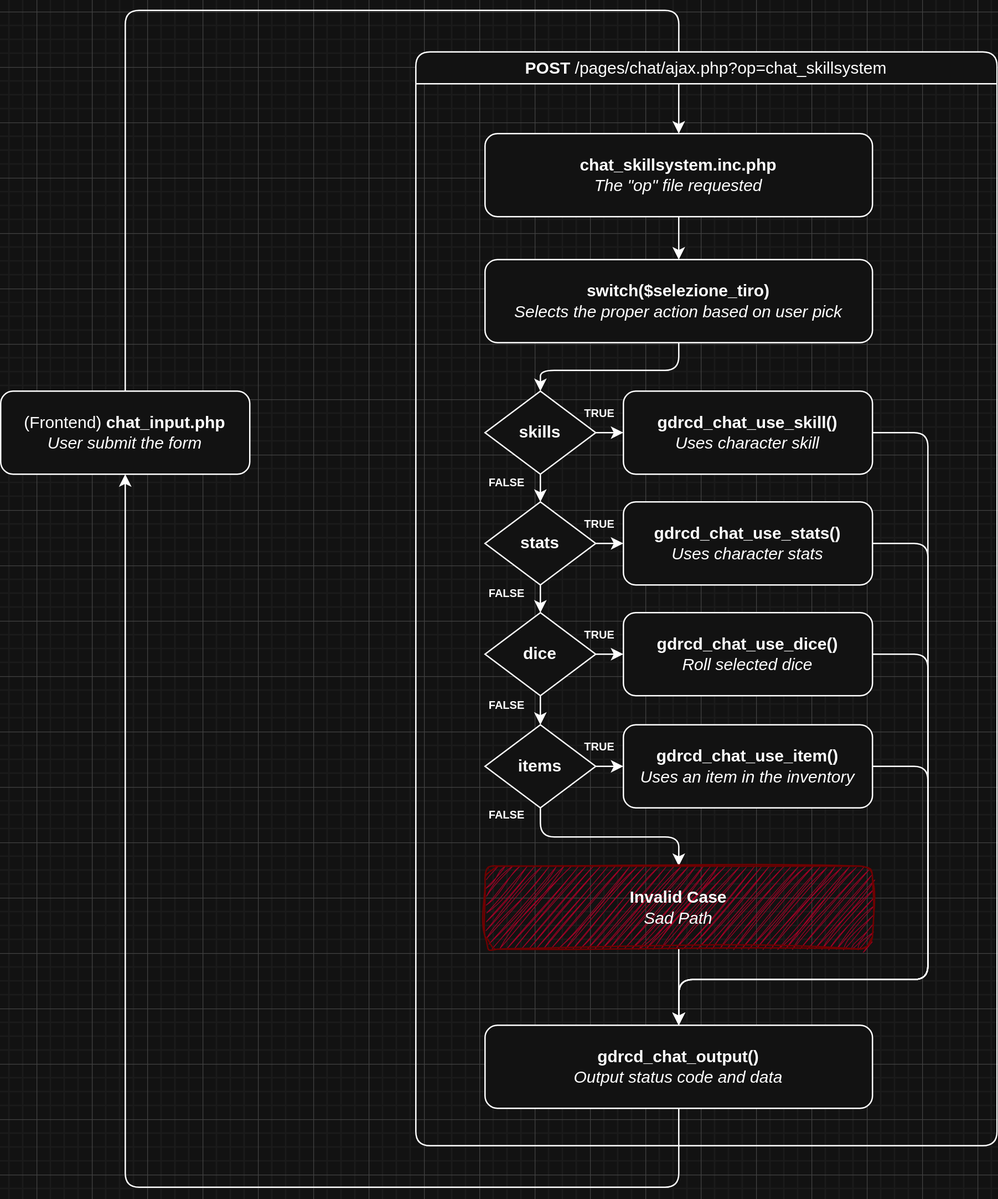
Above: chat/chat_skillsystem.png in GDRCD/wiki (draw.io), before the change. Source tidied: cells renumbered, new cells last; positions are measured from the earlier drawing's top-left corner, leaving out a move shared by most shapes. Source of this version:
```xml
<mxGraphModel>
  <root>
    <mxCell id="0" />
    <mxCell id="1" parent="0" />
    <mxCell id="2" style="edgeStyle=orthogonalEdgeStyle;rounded=1;jettySize=auto;html=1;exitX=0.5;exitY=0;exitDx=0;exitDy=0;entryX=0.5;entryY=0;entryDx=0;entryDy=0;flowAnimation=0;curved=0;" parent="1" edge="1" source="3" target="6">
      <mxGeometry relative="1" as="geometry">
        <Array as="points">
          <mxPoint x="90" />
          <mxPoint x="490" />
        </Array>
      </mxGeometry>
    </mxCell>
    <mxCell id="3" value="(Frontend) &lt;b&gt;chat_input.php&lt;/b&gt;&lt;div&gt;&lt;i&gt;User submit the form&lt;/i&gt;&lt;/div&gt;" style="rounded=1;whiteSpace=wrap;html=1;shadow=0;labelBackgroundColor=none;" parent="1" vertex="1">
      <mxGeometry y="275" width="180" height="60" as="geometry" />
    </mxCell>
    <mxCell id="4" value="POST&amp;nbsp;&lt;span style=&quot;font-weight: 400;&quot;&gt;/pages/chat/ajax.php?op=chat_skillsystem&lt;/span&gt;" style="swimlane;whiteSpace=wrap;html=1;rounded=1;" parent="1" vertex="1">
      <mxGeometry x="300" y="30" width="420" height="790" as="geometry" />
    </mxCell>
    <mxCell id="5" style="edgeStyle=orthogonalEdgeStyle;rounded=1;jettySize=auto;html=1;exitX=0.5;exitY=1;exitDx=0;exitDy=0;entryX=0.5;entryY=0;entryDx=0;entryDy=0;curved=0;" parent="4" edge="1" source="6" target="9">
      <mxGeometry relative="1" as="geometry" />
    </mxCell>
    <mxCell id="6" value="&lt;b&gt;chat_skillsystem.inc.php&lt;/b&gt;&lt;div&gt;&lt;i&gt;The &quot;op&quot; file requested&lt;/i&gt;&lt;b&gt;&lt;/b&gt;&lt;/div&gt;" style="rounded=1;whiteSpace=wrap;html=1;shadow=0;labelBackgroundColor=none;" parent="4" vertex="1">
      <mxGeometry x="50" y="59" width="280" height="60" as="geometry" />
    </mxCell>
    <mxCell id="7" value="&lt;b&gt;gdrcd_chat_output()&lt;/b&gt;&lt;div&gt;&lt;i style=&quot;&quot;&gt;Output status code and data&lt;/i&gt;&lt;/div&gt;" style="rounded=1;whiteSpace=wrap;html=1;shadow=0;labelBackgroundColor=none;" parent="4" vertex="1">
      <mxGeometry x="50" y="703" width="280" height="60" as="geometry" />
    </mxCell>
    <mxCell id="8" style="edgeStyle=orthogonalEdgeStyle;rounded=1;jettySize=auto;html=1;exitX=0.5;exitY=1;exitDx=0;exitDy=0;entryX=0.5;entryY=0;entryDx=0;entryDy=0;curved=0;" parent="4" edge="1" source="9" target="12">
      <mxGeometry relative="1" as="geometry" />
    </mxCell>
    <mxCell id="9" value="&lt;b&gt;switch($selezione_tiro)&lt;/b&gt;&lt;div&gt;&lt;i&gt;Selects the proper action based on user pick&lt;/i&gt;&lt;/div&gt;" style="rounded=1;whiteSpace=wrap;html=1;shadow=0;labelBackgroundColor=none;" parent="4" vertex="1">
      <mxGeometry x="50" y="150" width="280" height="60" as="geometry" />
    </mxCell>
    <mxCell id="10" style="edgeStyle=orthogonalEdgeStyle;rounded=0;jettySize=auto;html=1;exitX=1;exitY=0.5;exitDx=0;exitDy=0;entryX=0;entryY=0.5;entryDx=0;entryDy=0;" parent="4" edge="1" source="12" target="14">
      <mxGeometry relative="1" as="geometry" />
    </mxCell>
    <mxCell id="11" style="edgeStyle=orthogonalEdgeStyle;rounded=0;jettySize=auto;html=1;exitX=0.5;exitY=1;exitDx=0;exitDy=0;entryX=0.5;entryY=0;entryDx=0;entryDy=0;" parent="4" edge="1" source="12" target="19">
      <mxGeometry relative="1" as="geometry" />
    </mxCell>
    <mxCell id="12" value="&lt;b&gt;skills&lt;/b&gt;" style="rhombus;whiteSpace=wrap;html=1;" parent="4" vertex="1">
      <mxGeometry x="50" y="245" width="80" height="60" as="geometry" />
    </mxCell>
    <mxCell id="13" style="edgeStyle=orthogonalEdgeStyle;rounded=1;jettySize=auto;html=1;exitX=1;exitY=0.5;exitDx=0;exitDy=0;entryX=0.5;entryY=0;entryDx=0;entryDy=0;curved=0;" parent="4" edge="1" source="14" target="7">
      <mxGeometry relative="1" as="geometry">
        <Array as="points">
          <mxPoint x="370" y="275" />
          <mxPoint x="370" y="670" />
          <mxPoint x="190" y="670" />
        </Array>
      </mxGeometry>
    </mxCell>
    <mxCell id="14" value="&lt;div&gt;&lt;b&gt;gdrcd_chat_use_skill()&lt;/b&gt;&lt;/div&gt;&lt;div&gt;&lt;i&gt;Uses character skill&lt;/i&gt;&lt;/div&gt;" style="rounded=1;whiteSpace=wrap;html=1;shadow=0;labelBackgroundColor=none;" parent="4" vertex="1">
      <mxGeometry x="150" y="245" width="180" height="60" as="geometry" />
    </mxCell>
    <mxCell id="15" style="edgeStyle=orthogonalEdgeStyle;rounded=1;jettySize=auto;html=1;exitX=1;exitY=0.5;exitDx=0;exitDy=0;entryX=0.5;entryY=0;entryDx=0;entryDy=0;curved=0;" parent="4" edge="1" source="16" target="7">
      <mxGeometry relative="1" as="geometry">
        <Array as="points">
          <mxPoint x="370" y="355" />
          <mxPoint x="370" y="670" />
          <mxPoint x="190" y="670" />
        </Array>
      </mxGeometry>
    </mxCell>
    <mxCell id="16" value="&lt;div&gt;&lt;b&gt;gdrcd_chat_use_stats()&lt;/b&gt;&lt;/div&gt;&lt;div&gt;&lt;i&gt;Uses character stats&lt;/i&gt;&lt;/div&gt;" style="rounded=1;whiteSpace=wrap;html=1;shadow=0;labelBackgroundColor=none;" parent="4" vertex="1">
      <mxGeometry x="150" y="325" width="180" height="60" as="geometry" />
    </mxCell>
    <mxCell id="17" style="edgeStyle=orthogonalEdgeStyle;rounded=0;jettySize=auto;html=1;exitX=1;exitY=0.5;exitDx=0;exitDy=0;entryX=0;entryY=0.5;entryDx=0;entryDy=0;" parent="4" edge="1" source="19" target="16">
      <mxGeometry relative="1" as="geometry" />
    </mxCell>
    <mxCell id="18" style="edgeStyle=orthogonalEdgeStyle;rounded=0;jettySize=auto;html=1;exitX=0.5;exitY=1;exitDx=0;exitDy=0;entryX=0.5;entryY=0;entryDx=0;entryDy=0;" parent="4" edge="1" source="19" target="24">
      <mxGeometry relative="1" as="geometry" />
    </mxCell>
    <mxCell id="19" value="&lt;b&gt;stats&lt;/b&gt;" style="rhombus;whiteSpace=wrap;html=1;" parent="4" vertex="1">
      <mxGeometry x="50" y="325" width="80" height="60" as="geometry" />
    </mxCell>
    <mxCell id="20" style="edgeStyle=orthogonalEdgeStyle;rounded=1;jettySize=auto;html=1;exitX=1;exitY=0.5;exitDx=0;exitDy=0;entryX=0.5;entryY=0;entryDx=0;entryDy=0;curved=0;" parent="4" edge="1" source="21" target="7">
      <mxGeometry relative="1" as="geometry">
        <Array as="points">
          <mxPoint x="370" y="435" />
          <mxPoint x="370" y="670" />
          <mxPoint x="190" y="670" />
        </Array>
      </mxGeometry>
    </mxCell>
    <mxCell id="21" value="&lt;div&gt;&lt;b&gt;gdrcd_chat_use_dice()&lt;/b&gt;&lt;/div&gt;&lt;div&gt;&lt;i&gt;Roll selected dice&lt;/i&gt;&lt;b&gt;&lt;/b&gt;&lt;/div&gt;" style="rounded=1;whiteSpace=wrap;html=1;shadow=0;labelBackgroundColor=none;" parent="4" vertex="1">
      <mxGeometry x="150" y="405" width="180" height="60" as="geometry" />
    </mxCell>
    <mxCell id="22" style="edgeStyle=orthogonalEdgeStyle;rounded=0;jettySize=auto;html=1;exitX=1;exitY=0.5;exitDx=0;exitDy=0;entryX=0;entryY=0.5;entryDx=0;entryDy=0;" parent="4" edge="1" source="24" target="21">
      <mxGeometry relative="1" as="geometry" />
    </mxCell>
    <mxCell id="23" style="edgeStyle=orthogonalEdgeStyle;rounded=0;jettySize=auto;html=1;exitX=0.5;exitY=1;exitDx=0;exitDy=0;entryX=0.5;entryY=0;entryDx=0;entryDy=0;" parent="4" edge="1" source="24" target="29">
      <mxGeometry relative="1" as="geometry" />
    </mxCell>
    <mxCell id="24" value="&lt;b&gt;dice&lt;/b&gt;" style="rhombus;whiteSpace=wrap;html=1;" parent="4" vertex="1">
      <mxGeometry x="50" y="405" width="80" height="60" as="geometry" />
    </mxCell>
    <mxCell id="25" style="edgeStyle=orthogonalEdgeStyle;rounded=1;jettySize=auto;html=1;exitX=1;exitY=0.5;exitDx=0;exitDy=0;entryX=0.5;entryY=0;entryDx=0;entryDy=0;curved=0;" parent="4" edge="1" source="26" target="7">
      <mxGeometry relative="1" as="geometry">
        <Array as="points">
          <mxPoint x="370" y="516" />
          <mxPoint x="370" y="670" />
          <mxPoint x="190" y="670" />
        </Array>
      </mxGeometry>
    </mxCell>
    <mxCell id="26" value="&lt;div&gt;&lt;b&gt;gdrcd_chat_use_item()&lt;/b&gt;&lt;/div&gt;&lt;div&gt;&lt;i&gt;Uses an item in the inventory&lt;/i&gt;&lt;/div&gt;" style="rounded=1;whiteSpace=wrap;html=1;shadow=0;labelBackgroundColor=none;" parent="4" vertex="1">
      <mxGeometry x="150" y="486" width="180" height="60" as="geometry" />
    </mxCell>
    <mxCell id="27" style="edgeStyle=orthogonalEdgeStyle;rounded=0;jettySize=auto;html=1;exitX=1;exitY=0.5;exitDx=0;exitDy=0;entryX=0;entryY=0.5;entryDx=0;entryDy=0;" parent="4" edge="1" source="29" target="26">
      <mxGeometry relative="1" as="geometry" />
    </mxCell>
    <mxCell id="28" style="edgeStyle=orthogonalEdgeStyle;rounded=1;jettySize=auto;html=1;exitX=0.5;exitY=1;exitDx=0;exitDy=0;entryX=0.5;entryY=0;entryDx=0;entryDy=0;curved=0;" parent="4" edge="1" source="29" target="31">
      <mxGeometry relative="1" as="geometry" />
    </mxCell>
    <mxCell id="29" value="&lt;b&gt;items&lt;/b&gt;" style="rhombus;whiteSpace=wrap;html=1;" parent="4" vertex="1">
      <mxGeometry x="50" y="486" width="80" height="60" as="geometry" />
    </mxCell>
    <mxCell id="30" style="edgeStyle=orthogonalEdgeStyle;rounded=1;jettySize=auto;html=1;exitX=0.5;exitY=1;exitDx=0;exitDy=0;entryX=0.5;entryY=0;entryDx=0;entryDy=0;curved=0;" parent="4" edge="1" source="31" target="7">
      <mxGeometry relative="1" as="geometry" />
    </mxCell>
    <mxCell id="31" value="&lt;b&gt;Invalid Case&lt;/b&gt;&lt;div&gt;&lt;div&gt;&lt;i&gt;Sad Path&lt;/i&gt;&lt;/div&gt;&lt;/div&gt;" style="rounded=1;whiteSpace=wrap;html=1;shadow=0;labelBackgroundColor=none;fillColor=#a20025;fontColor=#ffffff;strokeColor=#6F0000;sketch=1;curveFitting=1;jiggle=2;" parent="4" vertex="1">
      <mxGeometry x="50" y="588" width="280" height="60" as="geometry" />
    </mxCell>
    <mxCell id="32" value="&lt;b&gt;&lt;font style=&quot;font-size: 8px;&quot;&gt;TRUE&lt;/font&gt;&lt;/b&gt;" style="text;html=1;align=center;verticalAlign=middle;whiteSpace=wrap;rounded=0;" parent="4" vertex="1">
      <mxGeometry x="103" y="245" width="60" height="30" as="geometry" />
    </mxCell>
    <mxCell id="33" value="&lt;b&gt;&lt;font style=&quot;font-size: 8px;&quot;&gt;TRUE&lt;/font&gt;&lt;/b&gt;" style="text;html=1;align=center;verticalAlign=middle;whiteSpace=wrap;rounded=0;" parent="4" vertex="1">
      <mxGeometry x="103" y="325" width="60" height="30" as="geometry" />
    </mxCell>
    <mxCell id="34" value="&lt;b&gt;&lt;font style=&quot;font-size: 8px;&quot;&gt;TRUE&lt;/font&gt;&lt;/b&gt;" style="text;html=1;align=center;verticalAlign=middle;whiteSpace=wrap;rounded=0;" parent="4" vertex="1">
      <mxGeometry x="103" y="405" width="60" height="30" as="geometry" />
    </mxCell>
    <mxCell id="35" value="&lt;b&gt;&lt;font style=&quot;font-size: 8px;&quot;&gt;TRUE&lt;/font&gt;&lt;/b&gt;" style="text;html=1;align=center;verticalAlign=middle;whiteSpace=wrap;rounded=0;" parent="4" vertex="1">
      <mxGeometry x="103" y="486" width="60" height="30" as="geometry" />
    </mxCell>
    <mxCell id="36" value="&lt;b&gt;&lt;font style=&quot;font-size: 8px;&quot;&gt;FALSE&lt;/font&gt;&lt;/b&gt;" style="text;html=1;align=center;verticalAlign=middle;whiteSpace=wrap;rounded=0;" parent="4" vertex="1">
      <mxGeometry x="36" y="295" width="60" height="30" as="geometry" />
    </mxCell>
    <mxCell id="37" value="&lt;b&gt;&lt;font style=&quot;font-size: 8px;&quot;&gt;FALSE&lt;/font&gt;&lt;/b&gt;" style="text;html=1;align=center;verticalAlign=middle;whiteSpace=wrap;rounded=0;" parent="4" vertex="1">
      <mxGeometry x="36" y="375" width="60" height="30" as="geometry" />
    </mxCell>
    <mxCell id="38" value="&lt;b&gt;&lt;font style=&quot;font-size: 8px;&quot;&gt;FALSE&lt;/font&gt;&lt;/b&gt;" style="text;html=1;align=center;verticalAlign=middle;whiteSpace=wrap;rounded=0;" parent="4" vertex="1">
      <mxGeometry x="36" y="456" width="60" height="30" as="geometry" />
    </mxCell>
    <mxCell id="39" value="&lt;b&gt;&lt;font style=&quot;font-size: 8px;&quot;&gt;FALSE&lt;/font&gt;&lt;/b&gt;" style="text;html=1;align=center;verticalAlign=middle;whiteSpace=wrap;rounded=0;" parent="4" vertex="1">
      <mxGeometry x="36" y="535" width="60" height="30" as="geometry" />
    </mxCell>
    <mxCell id="40" style="edgeStyle=orthogonalEdgeStyle;rounded=1;jettySize=auto;html=1;exitX=0.5;exitY=1;exitDx=0;exitDy=0;entryX=0.5;entryY=1;entryDx=0;entryDy=0;curved=0;" parent="1" edge="1" source="7" target="3">
      <mxGeometry relative="1" as="geometry">
        <Array as="points">
          <mxPoint x="490" y="850" />
          <mxPoint x="90" y="850" />
        </Array>
      </mxGeometry>
    </mxCell>
  </root>
</mxGraphModel>
```
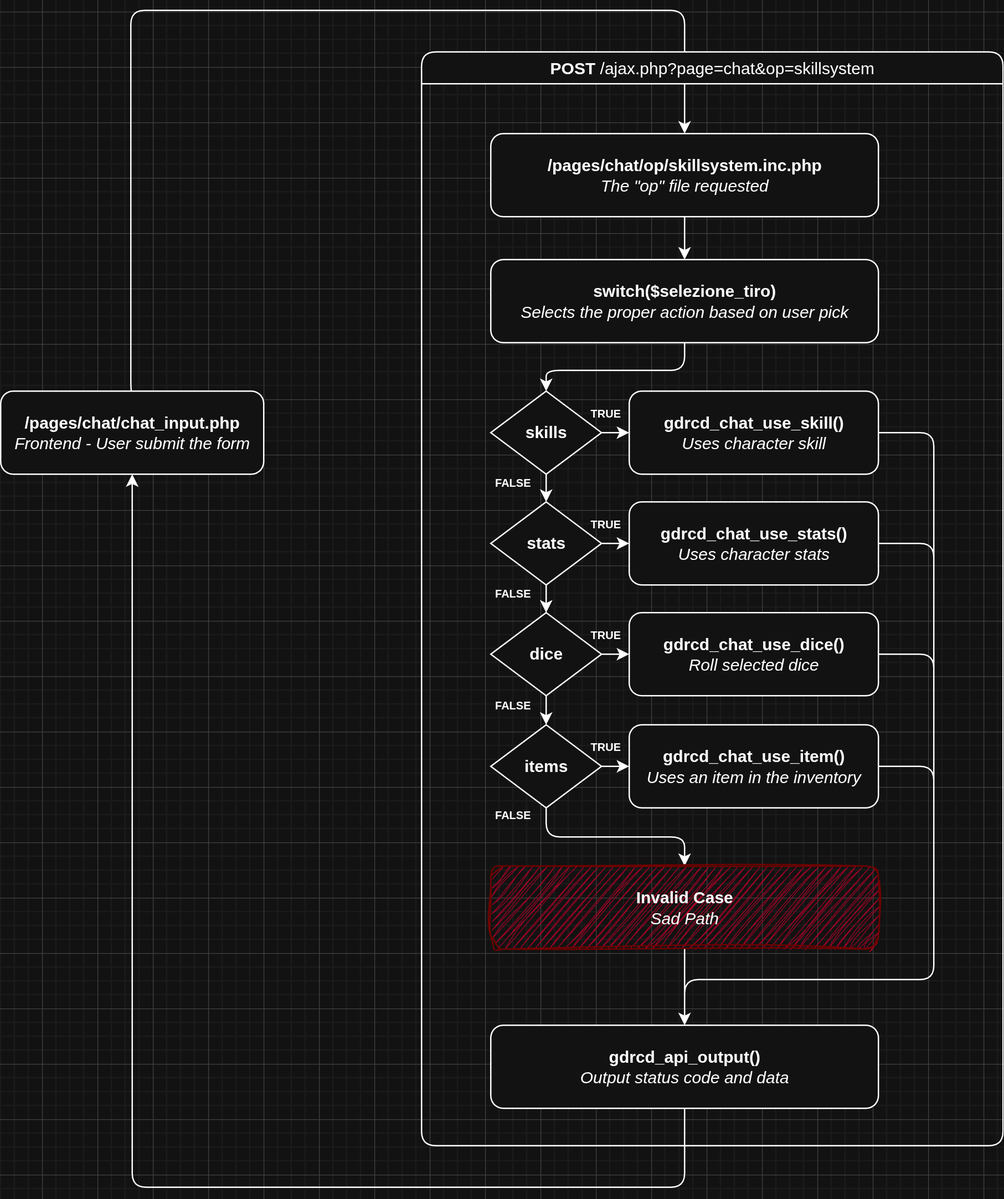
Above is the later version.

Commit message:
Aggiornamento nomenclature e url nella documentazione e nei diagrammi di flusso della chat

The edit, as a diff of the source:
```diff
@@ -10,19 +10,19 @@
         </Array>
       </mxGeometry>
     </mxCell>
-    <mxCell id="3" value="(Frontend) &lt;b&gt;chat_input.php&lt;/b&gt;&lt;div&gt;&lt;i&gt;User submit the form&lt;/i&gt;&lt;/div&gt;" style="rounded=1;whiteSpace=wrap;html=1;shadow=0;labelBackgroundColor=none;" parent="1" vertex="1">
-      <mxGeometry y="275" width="180" height="60" as="geometry" />
+    <mxCell id="3" value="&lt;b&gt;/pages/chat/chat_input.php&lt;/b&gt;&lt;div&gt;&lt;i&gt;Frontend - User submit the form&lt;/i&gt;&lt;/div&gt;" style="rounded=1;whiteSpace=wrap;html=1;shadow=0;labelBackgroundColor=none;" parent="1" vertex="1">
+      <mxGeometry x="-4" y="275" width="190" height="60" as="geometry" />
     </mxCell>
-    <mxCell id="4" value="POST&amp;nbsp;&lt;span style=&quot;font-weight: 400;&quot;&gt;/pages/chat/ajax.php?op=chat_skillsystem&lt;/span&gt;" style="swimlane;whiteSpace=wrap;html=1;rounded=1;" parent="1" vertex="1">
+    <mxCell id="4" value="POST&amp;nbsp;&lt;span style=&quot;font-weight: 400;&quot;&gt;/ajax.php?page=chat&amp;amp;op=skillsystem&lt;/span&gt;" style="swimlane;whiteSpace=wrap;html=1;rounded=1;" parent="1" vertex="1">
       <mxGeometry x="300" y="30" width="420" height="790" as="geometry" />
     </mxCell>
     <mxCell id="5" style="edgeStyle=orthogonalEdgeStyle;rounded=1;jettySize=auto;html=1;exitX=0.5;exitY=1;exitDx=0;exitDy=0;entryX=0.5;entryY=0;entryDx=0;entryDy=0;curved=0;" parent="4" edge="1" source="6" target="9">
       <mxGeometry relative="1" as="geometry" />
     </mxCell>
-    <mxCell id="6" value="&lt;b&gt;chat_skillsystem.inc.php&lt;/b&gt;&lt;div&gt;&lt;i&gt;The &quot;op&quot; file requested&lt;/i&gt;&lt;b&gt;&lt;/b&gt;&lt;/div&gt;" style="rounded=1;whiteSpace=wrap;html=1;shadow=0;labelBackgroundColor=none;" parent="4" vertex="1">
+    <mxCell id="6" value="&lt;b&gt;/pages/chat/op/skillsystem.inc.php&lt;/b&gt;&lt;div&gt;&lt;i&gt;The &quot;op&quot; file requested&lt;/i&gt;&lt;b&gt;&lt;/b&gt;&lt;/div&gt;" style="rounded=1;whiteSpace=wrap;html=1;shadow=0;labelBackgroundColor=none;" parent="4" vertex="1">
       <mxGeometry x="50" y="59" width="280" height="60" as="geometry" />
     </mxCell>
-    <mxCell id="7" value="&lt;b&gt;gdrcd_chat_output()&lt;/b&gt;&lt;div&gt;&lt;i style=&quot;&quot;&gt;Output status code and data&lt;/i&gt;&lt;/div&gt;" style="rounded=1;whiteSpace=wrap;html=1;shadow=0;labelBackgroundColor=none;" parent="4" vertex="1">
+    <mxCell id="7" value="&lt;b&gt;gdrcd_api_output()&lt;/b&gt;&lt;div&gt;&lt;i style=&quot;&quot;&gt;Output status code and data&lt;/i&gt;&lt;/div&gt;" style="rounded=1;whiteSpace=wrap;html=1;shadow=0;labelBackgroundColor=none;" parent="4" vertex="1">
       <mxGeometry x="50" y="703" width="280" height="60" as="geometry" />
     </mxCell>
     <mxCell id="8" style="edgeStyle=orthogonalEdgeStyle;rounded=1;jettySize=auto;html=1;exitX=0.5;exitY=1;exitDx=0;exitDy=0;entryX=0.5;entryY=0;entryDx=0;entryDy=0;curved=0;" parent="4" edge="1" source="9" target="12">
@@ -149,7 +149,7 @@
       <mxGeometry relative="1" as="geometry">
         <Array as="points">
           <mxPoint x="490" y="850" />
-          <mxPoint x="90" y="850" />
+          <mxPoint x="91" y="850" />
         </Array>
       </mxGeometry>
     </mxCell>
```
